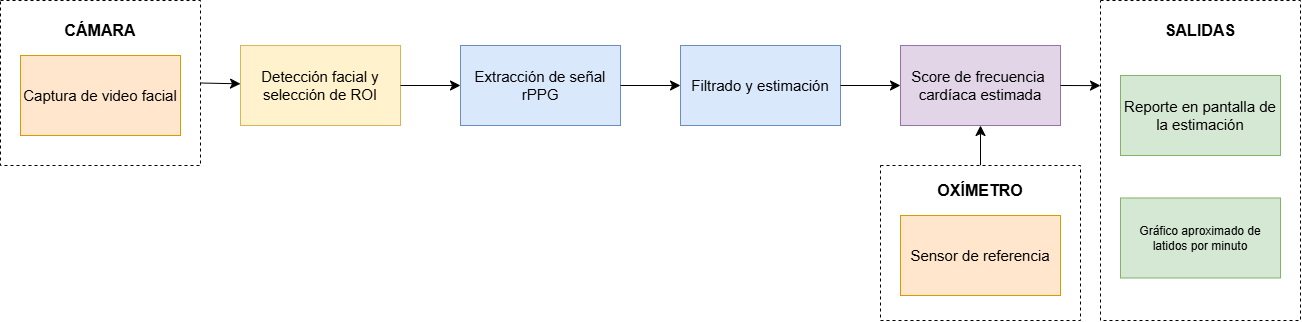
Before: Figuras/diagBloques.png, a diagram exported from draw.io (santiagoruizvt/TrabajoFinalCEIA). Source tidied: cells renumbered, new cells last; positions are measured from the earlier drawing's top-left corner, leaving out a move shared by most shapes. Source of this version:
```xml
<mxGraphModel>
  <root>
    <mxCell id="0" />
    <mxCell id="1" parent="0" />
    <mxCell id="2" style="edgeStyle=none;curved=1;rounded=0;jettySize=auto;html=1;exitX=0.5;exitY=0;exitDx=0;exitDy=0;entryX=0.5;entryY=1;entryDx=0;entryDy=0;fontSize=12;startSize=8;endSize=8;labelBackgroundColor=none;fontColor=default;" parent="1" edge="1" source="3" target="11">
      <mxGeometry relative="1" as="geometry" />
    </mxCell>
    <mxCell id="3" style="rounded=0;whiteSpace=wrap;html=1;dashed=1;labelBackgroundColor=none;" parent="1" vertex="1">
      <mxGeometry x="880" y="165" width="200" height="155" as="geometry" />
    </mxCell>
    <mxCell id="4" style="rounded=0;whiteSpace=wrap;html=1;dashed=1;labelBackgroundColor=none;" parent="1" vertex="1">
      <mxGeometry width="200" height="165" as="geometry" />
    </mxCell>
    <mxCell id="5" value="&lt;font style=&quot;font-size: 15px;&quot;&gt;Captura de video facial&lt;/font&gt;" style="rounded=0;whiteSpace=wrap;html=1;labelBackgroundColor=none;fillColor=#ffe6cc;strokeColor=#d79b00;" parent="1" vertex="1">
      <mxGeometry x="20" y="55" width="160" height="80" as="geometry" />
    </mxCell>
    <mxCell id="6" value="CÁMARA" style="text;html=1;whiteSpace=wrap;strokeColor=none;fillColor=none;align=center;verticalAlign=middle;rounded=0;fontStyle=1;fontSize=16;labelBackgroundColor=none;" parent="1" vertex="1">
      <mxGeometry x="70" y="15" width="60" height="30" as="geometry" />
    </mxCell>
    <mxCell id="7" value="&lt;font style=&quot;font-size: 15px;&quot;&gt;Detección facial y selección de ROI&lt;/font&gt;" style="rounded=0;whiteSpace=wrap;html=1;labelBackgroundColor=none;fillColor=#fff2cc;strokeColor=#d6b656;" parent="1" vertex="1">
      <mxGeometry x="240" y="45" width="160" height="80" as="geometry" />
    </mxCell>
    <mxCell id="8" style="endArrow=classic;html=1;rounded=0;fontSize=12;startSize=8;endSize=8;curved=1;exitX=1;exitY=0.5;exitDx=0;exitDy=0;labelBackgroundColor=none;fontColor=default;" parent="1" edge="1" source="4" target="7">
      <mxGeometry relative="1" as="geometry" />
    </mxCell>
    <mxCell id="9" value="&lt;font style=&quot;font-size: 15px;&quot;&gt;Extracción de señal rPPG&lt;/font&gt;" style="rounded=0;whiteSpace=wrap;html=1;labelBackgroundColor=none;fillColor=#dae8fc;strokeColor=#6c8ebf;" parent="1" vertex="1">
      <mxGeometry x="460" y="45" width="160" height="80" as="geometry" />
    </mxCell>
    <mxCell id="10" value="&lt;font style=&quot;font-size: 15px;&quot;&gt;Filtrado y estimación&lt;/font&gt;" style="rounded=0;whiteSpace=wrap;html=1;labelBackgroundColor=none;fillColor=#dae8fc;strokeColor=#6c8ebf;" parent="1" vertex="1">
      <mxGeometry x="680" y="45" width="160" height="80" as="geometry" />
    </mxCell>
    <mxCell id="11" value="&lt;font style=&quot;font-size: 15px;&quot;&gt;Score de frecuencia&amp;nbsp;&lt;/font&gt;&lt;div&gt;&lt;font style=&quot;font-size: 15px;&quot;&gt;cardíaca estimada&lt;/font&gt;&lt;/div&gt;" style="rounded=0;whiteSpace=wrap;html=1;labelBackgroundColor=none;fillColor=#e1d5e7;strokeColor=#9673a6;" parent="1" vertex="1">
      <mxGeometry x="900" y="45" width="160" height="80" as="geometry" />
    </mxCell>
    <mxCell id="12" style="endArrow=classic;html=1;rounded=0;fontSize=12;startSize=8;endSize=8;curved=1;exitX=1;exitY=0.5;exitDx=0;exitDy=0;entryX=0;entryY=0.5;entryDx=0;entryDy=0;labelBackgroundColor=none;fontColor=default;" parent="1" edge="1" source="7" target="9">
      <mxGeometry relative="1" as="geometry" />
    </mxCell>
    <mxCell id="13" style="endArrow=classic;html=1;rounded=0;fontSize=12;startSize=8;endSize=8;curved=1;exitX=1;exitY=0.5;exitDx=0;exitDy=0;entryX=0;entryY=0.5;entryDx=0;entryDy=0;labelBackgroundColor=none;fontColor=default;" parent="1" edge="1" source="9" target="10">
      <mxGeometry relative="1" as="geometry" />
    </mxCell>
    <mxCell id="14" style="endArrow=classic;html=1;rounded=0;fontSize=12;startSize=8;endSize=8;curved=1;exitX=1;exitY=0.5;exitDx=0;exitDy=0;entryX=0;entryY=0.5;entryDx=0;entryDy=0;labelBackgroundColor=none;fontColor=default;" parent="1" edge="1" source="10" target="11">
      <mxGeometry relative="1" as="geometry" />
    </mxCell>
    <mxCell id="15" style="rounded=0;whiteSpace=wrap;html=1;dashed=1;labelBackgroundColor=none;" parent="1" vertex="1">
      <mxGeometry x="1100" width="200" height="320" as="geometry" />
    </mxCell>
    <mxCell id="16" value="SALIDAS" style="text;html=1;whiteSpace=wrap;strokeColor=none;fillColor=none;align=center;verticalAlign=middle;rounded=0;fontStyle=1;fontSize=16;labelBackgroundColor=none;" parent="1" vertex="1">
      <mxGeometry x="1170" y="15" width="60" height="30" as="geometry" />
    </mxCell>
    <mxCell id="17" value="&lt;font style=&quot;font-size: 15px;&quot;&gt;Reporte en pantalla de la estimación&lt;/font&gt;" style="rounded=0;whiteSpace=wrap;html=1;labelBackgroundColor=none;fillColor=#d5e8d4;strokeColor=#82b366;" parent="1" vertex="1">
      <mxGeometry x="1120" y="75" width="160" height="80" as="geometry" />
    </mxCell>
    <mxCell id="18" value="Gráfico aproximado de latidos por minuto&lt;span style=&quot;color: rgba(0, 0, 0, 0); font-family: monospace; font-size: 0px; text-align: start; white-space: nowrap;&quot;&gt;%3CmxGraphModel%3E%3Croot%3E%3CmxCell%20id%3D%220%22%2F%3E%3CmxCell%20id%3D%221%22%20parent%3D%220%22%2F%3E%3CmxCell%20id%3D%222%22%20parent%3D%221%22%20style%3D%22rounded%3D0%3BwhiteSpace%3Dwrap%3Bhtml%3D1%3B%22%20value%3D%22Reporte%20en%20pantalla%20de%20la%20estimaci%C3%B3n%22%20vertex%3D%221%22%3E%3CmxGeometry%20height%3D%2280%22%20width%3D%22160%22%20x%3D%221180%22%20y%3D%22280%22%20as%3D%22geometry%22%2F%3E%3C%2FmxCell%3E%3C%2Froot%3E%3C%2FmxGraphModel%3E&lt;/span&gt;" style="rounded=0;whiteSpace=wrap;html=1;labelBackgroundColor=none;fillColor=#d5e8d4;strokeColor=#82b366;" parent="1" vertex="1">
      <mxGeometry x="1120" y="197.5" width="160" height="80" as="geometry" />
    </mxCell>
    <mxCell id="19" value="&lt;font style=&quot;font-size: 15px;&quot;&gt;Sensor de referencia&lt;/font&gt;" style="rounded=0;whiteSpace=wrap;html=1;labelBackgroundColor=none;fillColor=#ffe6cc;strokeColor=#d79b00;" parent="1" vertex="1">
      <mxGeometry x="900" y="215" width="160" height="80" as="geometry" />
    </mxCell>
    <mxCell id="20" value="OXÍMETRO" style="text;html=1;whiteSpace=wrap;strokeColor=none;fillColor=none;align=center;verticalAlign=middle;rounded=0;fontStyle=1;fontSize=16;labelBackgroundColor=none;" parent="1" vertex="1">
      <mxGeometry x="950" y="175" width="60" height="30" as="geometry" />
    </mxCell>
    <mxCell id="21" style="endArrow=classic;html=1;rounded=0;fontSize=12;startSize=8;endSize=8;curved=1;exitX=1;exitY=0.5;exitDx=0;exitDy=0;labelBackgroundColor=none;fontColor=default;" parent="1" edge="1" source="11">
      <mxGeometry relative="1" as="geometry">
        <mxPoint x="1100" y="85.1" as="targetPoint" />
      </mxGeometry>
    </mxCell>
  </root>
</mxGraphModel>
```
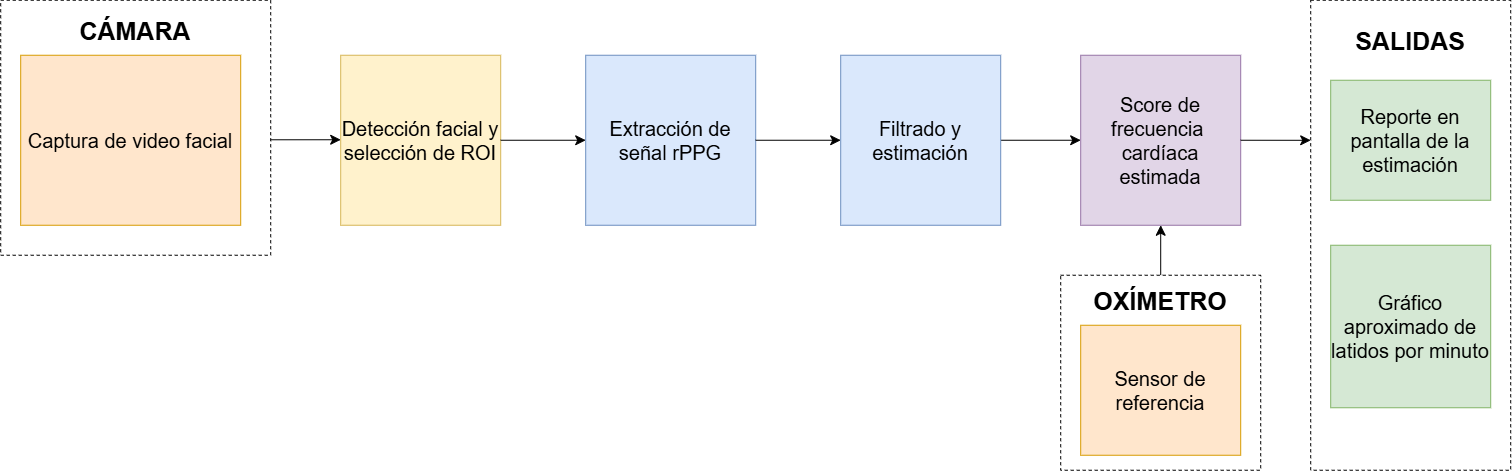
After the change.

Commit message:
Se corrige tamaño del diagrama en bloques

The edit, as a diff of the source:
```diff
@@ -6,31 +6,31 @@
       <mxGeometry relative="1" as="geometry" />
     </mxCell>
     <mxCell id="3" style="rounded=0;whiteSpace=wrap;html=1;dashed=1;labelBackgroundColor=none;" parent="1" vertex="1">
-      <mxGeometry x="880" y="165" width="200" height="155" as="geometry" />
+      <mxGeometry x="1060" y="275" width="200" height="195" as="geometry" />
     </mxCell>
     <mxCell id="4" style="rounded=0;whiteSpace=wrap;html=1;dashed=1;labelBackgroundColor=none;" parent="1" vertex="1">
-      <mxGeometry width="200" height="165" as="geometry" />
+      <mxGeometry width="270" height="255" as="geometry" />
     </mxCell>
-    <mxCell id="5" value="&lt;font style=&quot;font-size: 15px;&quot;&gt;Captura de video facial&lt;/font&gt;" style="rounded=0;whiteSpace=wrap;html=1;labelBackgroundColor=none;fillColor=#ffe6cc;strokeColor=#d79b00;" parent="1" vertex="1">
-      <mxGeometry x="20" y="55" width="160" height="80" as="geometry" />
+    <mxCell id="5" value="&lt;font style=&quot;font-size: 20px;&quot;&gt;Captura de video facial&lt;/font&gt;" style="rounded=0;whiteSpace=wrap;html=1;labelBackgroundColor=none;fillColor=#ffe6cc;strokeColor=#d79b00;" parent="1" vertex="1">
+      <mxGeometry x="20" y="55" width="220" height="170" as="geometry" />
     </mxCell>
-    <mxCell id="6" value="CÁMARA" style="text;html=1;whiteSpace=wrap;strokeColor=none;fillColor=none;align=center;verticalAlign=middle;rounded=0;fontStyle=1;fontSize=16;labelBackgroundColor=none;" parent="1" vertex="1">
-      <mxGeometry x="70" y="15" width="60" height="30" as="geometry" />
+    <mxCell id="6" value="&lt;font style=&quot;font-size: 25px;&quot;&gt;CÁMARA&lt;/font&gt;" style="text;html=1;whiteSpace=wrap;strokeColor=none;fillColor=none;align=center;verticalAlign=middle;rounded=0;fontStyle=1;fontSize=16;labelBackgroundColor=none;" parent="1" vertex="1">
+      <mxGeometry x="70" y="15" width="130" height="30" as="geometry" />
     </mxCell>
-    <mxCell id="7" value="&lt;font style=&quot;font-size: 15px;&quot;&gt;Detección facial y selección de ROI&lt;/font&gt;" style="rounded=0;whiteSpace=wrap;html=1;labelBackgroundColor=none;fillColor=#fff2cc;strokeColor=#d6b656;" parent="1" vertex="1">
-      <mxGeometry x="240" y="45" width="160" height="80" as="geometry" />
+    <mxCell id="7" value="&lt;font style=&quot;font-size: 20px;&quot;&gt;Detección facial y selección de ROI&lt;/font&gt;" style="rounded=0;whiteSpace=wrap;html=1;labelBackgroundColor=none;fillColor=#fff2cc;strokeColor=#d6b656;" parent="1" vertex="1">
+      <mxGeometry x="340" y="55" width="160" height="170" as="geometry" />
     </mxCell>
-    <mxCell id="8" style="endArrow=classic;html=1;rounded=0;fontSize=12;startSize=8;endSize=8;curved=1;exitX=1;exitY=0.5;exitDx=0;exitDy=0;labelBackgroundColor=none;fontColor=default;" parent="1" edge="1" source="4" target="7">
-      <mxGeometry relative="1" as="geometry" />
-    </mxCell>
-    <mxCell id="9" value="&lt;font style=&quot;font-size: 15px;&quot;&gt;Extracción de señal rPPG&lt;/font&gt;" style="rounded=0;whiteSpace=wrap;html=1;labelBackgroundColor=none;fillColor=#dae8fc;strokeColor=#6c8ebf;" parent="1" vertex="1">
-      <mxGeometry x="460" y="45" width="160" height="80" as="geometry" />
+    <mxCell id="9" value="&lt;font style=&quot;font-size: 20px;&quot;&gt;Extracción de señal rPPG&lt;/font&gt;" style="rounded=0;whiteSpace=wrap;html=1;labelBackgroundColor=none;fillColor=#dae8fc;strokeColor=#6c8ebf;" parent="1" vertex="1">
+      <mxGeometry x="585" y="55" width="170" height="170" as="geometry" />
     </mxCell>
+    <mxCell id="14" style="edgeStyle=none;curved=1;rounded=0;jettySize=auto;html=1;exitX=1;exitY=0.5;exitDx=0;exitDy=0;fontSize=12;startSize=8;endSize=8;" parent="1" edge="1" source="10" target="11">
+      <mxGeometry relative="1" as="geometry" />
+    </mxCell>
-    <mxCell id="10" value="&lt;font style=&quot;font-size: 15px;&quot;&gt;Filtrado y estimación&lt;/font&gt;" style="rounded=0;whiteSpace=wrap;html=1;labelBackgroundColor=none;fillColor=#dae8fc;strokeColor=#6c8ebf;" parent="1" vertex="1">
-      <mxGeometry x="680" y="45" width="160" height="80" as="geometry" />
+    <mxCell id="10" value="&lt;font style=&quot;font-size: 20px;&quot;&gt;Filtrado y estimación&lt;/font&gt;" style="rounded=0;whiteSpace=wrap;html=1;labelBackgroundColor=none;fillColor=#dae8fc;strokeColor=#6c8ebf;" parent="1" vertex="1">
+      <mxGeometry x="840" y="55" width="160" height="170" as="geometry" />
     </mxCell>
-    <mxCell id="11" value="&lt;font style=&quot;font-size: 15px;&quot;&gt;Score de frecuencia&amp;nbsp;&lt;/font&gt;&lt;div&gt;&lt;font style=&quot;font-size: 15px;&quot;&gt;cardíaca estimada&lt;/font&gt;&lt;/div&gt;" style="rounded=0;whiteSpace=wrap;html=1;labelBackgroundColor=none;fillColor=#e1d5e7;strokeColor=#9673a6;" parent="1" vertex="1">
-      <mxGeometry x="900" y="45" width="160" height="80" as="geometry" />
+    <mxCell id="11" value="&lt;font style=&quot;font-size: 20px;&quot;&gt;Score de frecuencia&amp;nbsp;&lt;/font&gt;&lt;div&gt;&lt;font style=&quot;font-size: 20px;&quot;&gt;cardíaca estimada&lt;/font&gt;&lt;/div&gt;" style="rounded=0;whiteSpace=wrap;html=1;labelBackgroundColor=none;fillColor=#e1d5e7;strokeColor=#9673a6;" parent="1" vertex="1">
+      <mxGeometry x="1080" y="55" width="160" height="170" as="geometry" />
     </mxCell>
     <mxCell id="12" style="endArrow=classic;html=1;rounded=0;fontSize=12;startSize=8;endSize=8;curved=1;exitX=1;exitY=0.5;exitDx=0;exitDy=0;entryX=0;entryY=0.5;entryDx=0;entryDy=0;labelBackgroundColor=none;fontColor=default;" parent="1" edge="1" source="7" target="9">
       <mxGeometry relative="1" as="geometry" />
@@ -38,31 +38,32 @@
     <mxCell id="13" style="endArrow=classic;html=1;rounded=0;fontSize=12;startSize=8;endSize=8;curved=1;exitX=1;exitY=0.5;exitDx=0;exitDy=0;entryX=0;entryY=0.5;entryDx=0;entryDy=0;labelBackgroundColor=none;fontColor=default;" parent="1" edge="1" source="9" target="10">
       <mxGeometry relative="1" as="geometry" />
     </mxCell>
-    <mxCell id="14" style="endArrow=classic;html=1;rounded=0;fontSize=12;startSize=8;endSize=8;curved=1;exitX=1;exitY=0.5;exitDx=0;exitDy=0;entryX=0;entryY=0.5;entryDx=0;entryDy=0;labelBackgroundColor=none;fontColor=default;" parent="1" edge="1" source="10" target="11">
-      <mxGeometry relative="1" as="geometry" />
-    </mxCell>
     <mxCell id="15" style="rounded=0;whiteSpace=wrap;html=1;dashed=1;labelBackgroundColor=none;" parent="1" vertex="1">
-      <mxGeometry x="1100" width="200" height="320" as="geometry" />
+      <mxGeometry x="1310" width="200" height="470" as="geometry" />
     </mxCell>
-    <mxCell id="16" value="SALIDAS" style="text;html=1;whiteSpace=wrap;strokeColor=none;fillColor=none;align=center;verticalAlign=middle;rounded=0;fontStyle=1;fontSize=16;labelBackgroundColor=none;" parent="1" vertex="1">
-      <mxGeometry x="1170" y="15" width="60" height="30" as="geometry" />
+    <mxCell id="16" value="&lt;font style=&quot;font-size: 25px;&quot;&gt;SALIDAS&lt;/font&gt;" style="text;html=1;whiteSpace=wrap;strokeColor=none;fillColor=none;align=center;verticalAlign=middle;rounded=0;fontStyle=1;fontSize=16;labelBackgroundColor=none;" parent="1" vertex="1">
+      <mxGeometry x="1380" y="25" width="60" height="30" as="geometry" />
     </mxCell>
-    <mxCell id="17" value="&lt;font style=&quot;font-size: 15px;&quot;&gt;Reporte en pantalla de la estimación&lt;/font&gt;" style="rounded=0;whiteSpace=wrap;html=1;labelBackgroundColor=none;fillColor=#d5e8d4;strokeColor=#82b366;" parent="1" vertex="1">
-      <mxGeometry x="1120" y="75" width="160" height="80" as="geometry" />
+    <mxCell id="17" value="&lt;font style=&quot;font-size: 20px;&quot;&gt;Reporte en pantalla de la estimación&lt;/font&gt;" style="rounded=0;whiteSpace=wrap;html=1;labelBackgroundColor=none;fillColor=#d5e8d4;strokeColor=#82b366;" parent="1" vertex="1">
+      <mxGeometry x="1330" y="80" width="160" height="120" as="geometry" />
     </mxCell>
-    <mxCell id="18" value="Gráfico aproximado de latidos por minuto&lt;span style=&quot;color: rgba(0, 0, 0, 0); font-family: monospace; font-size: 0px; text-align: start; white-space: nowrap;&quot;&gt;%3CmxGraphModel%3E%3Croot%3E%3CmxCell%20id%3D%220%22%2F%3E%3CmxCell%20id%3D%221%22%20parent%3D%220%22%2F%3E%3CmxCell%20id%3D%222%22%20parent%3D%221%22%20style%3D%22rounded%3D0%3BwhiteSpace%3Dwrap%3Bhtml%3D1%3B%22%20value%3D%22Reporte%20en%20pantalla%20de%20la%20estimaci%C3%B3n%22%20vertex%3D%221%22%3E%3CmxGeometry%20height%3D%2280%22%20width%3D%22160%22%20x%3D%221180%22%20y%3D%22280%22%20as%3D%22geometry%22%2F%3E%3C%2FmxCell%3E%3C%2Froot%3E%3C%2FmxGraphModel%3E&lt;/span&gt;" style="rounded=0;whiteSpace=wrap;html=1;labelBackgroundColor=none;fillColor=#d5e8d4;strokeColor=#82b366;" parent="1" vertex="1">
-      <mxGeometry x="1120" y="197.5" width="160" height="80" as="geometry" />
+    <mxCell id="18" value="&lt;span style=&quot;font-size: 20px;&quot;&gt;Gráfico aproximado de latidos por minuto&lt;/span&gt;" style="rounded=0;whiteSpace=wrap;html=1;labelBackgroundColor=none;fillColor=#d5e8d4;strokeColor=#82b366;" parent="1" vertex="1">
+      <mxGeometry x="1330" y="245" width="160" height="162.5" as="geometry" />
     </mxCell>
-    <mxCell id="19" value="&lt;font style=&quot;font-size: 15px;&quot;&gt;Sensor de referencia&lt;/font&gt;" style="rounded=0;whiteSpace=wrap;html=1;labelBackgroundColor=none;fillColor=#ffe6cc;strokeColor=#d79b00;" parent="1" vertex="1">
-      <mxGeometry x="900" y="215" width="160" height="80" as="geometry" />
+    <mxCell id="19" value="&lt;font style=&quot;font-size: 20px;&quot;&gt;Sensor de referencia&lt;/font&gt;" style="rounded=0;whiteSpace=wrap;html=1;labelBackgroundColor=none;fillColor=#ffe6cc;strokeColor=#d79b00;" parent="1" vertex="1">
+      <mxGeometry x="1080" y="325" width="160" height="130" as="geometry" />
     </mxCell>
-    <mxCell id="20" value="OXÍMETRO" style="text;html=1;whiteSpace=wrap;strokeColor=none;fillColor=none;align=center;verticalAlign=middle;rounded=0;fontStyle=1;fontSize=16;labelBackgroundColor=none;" parent="1" vertex="1">
-      <mxGeometry x="950" y="175" width="60" height="30" as="geometry" />
+    <mxCell id="20" value="&lt;font style=&quot;font-size: 25px;&quot;&gt;OXÍMETRO&lt;/font&gt;" style="text;html=1;whiteSpace=wrap;strokeColor=none;fillColor=none;align=center;verticalAlign=middle;rounded=0;fontStyle=1;fontSize=16;labelBackgroundColor=none;" parent="1" vertex="1">
+      <mxGeometry x="1130" y="285" width="60" height="30" as="geometry" />
     </mxCell>
-    <mxCell id="21" style="endArrow=classic;html=1;rounded=0;fontSize=12;startSize=8;endSize=8;curved=1;exitX=1;exitY=0.5;exitDx=0;exitDy=0;labelBackgroundColor=none;fontColor=default;" parent="1" edge="1" source="11">
-      <mxGeometry relative="1" as="geometry">
-        <mxPoint x="1100" y="85.1" as="targetPoint" />
-      </mxGeometry>
-    </mxCell>
+    <mxCell id="22" style="edgeStyle=none;curved=1;rounded=0;orthogonalLoop=1;jettySize=auto;html=1;entryX=0;entryY=0.426;entryDx=0;entryDy=0;entryPerimeter=0;fontSize=12;startSize=8;endSize=8;" parent="1" edge="1">
+      <mxGeometry relative="1" as="geometry">
+        <mxPoint x="270" y="139.5" as="sourcePoint" />
+        <mxPoint x="340" y="139.5" as="targetPoint" />
+      </mxGeometry>
+    </mxCell>
+    <mxCell id="23" style="edgeStyle=none;curved=1;rounded=0;jettySize=auto;html=1;exitX=1;exitY=0.5;exitDx=0;exitDy=0;entryX=0;entryY=0.298;entryDx=0;entryDy=0;entryPerimeter=0;fontSize=12;startSize=8;endSize=8;" parent="1" edge="1" source="11" target="15">
+      <mxGeometry relative="1" as="geometry" />
+    </mxCell>
   </root>
 </mxGraphModel>
```
